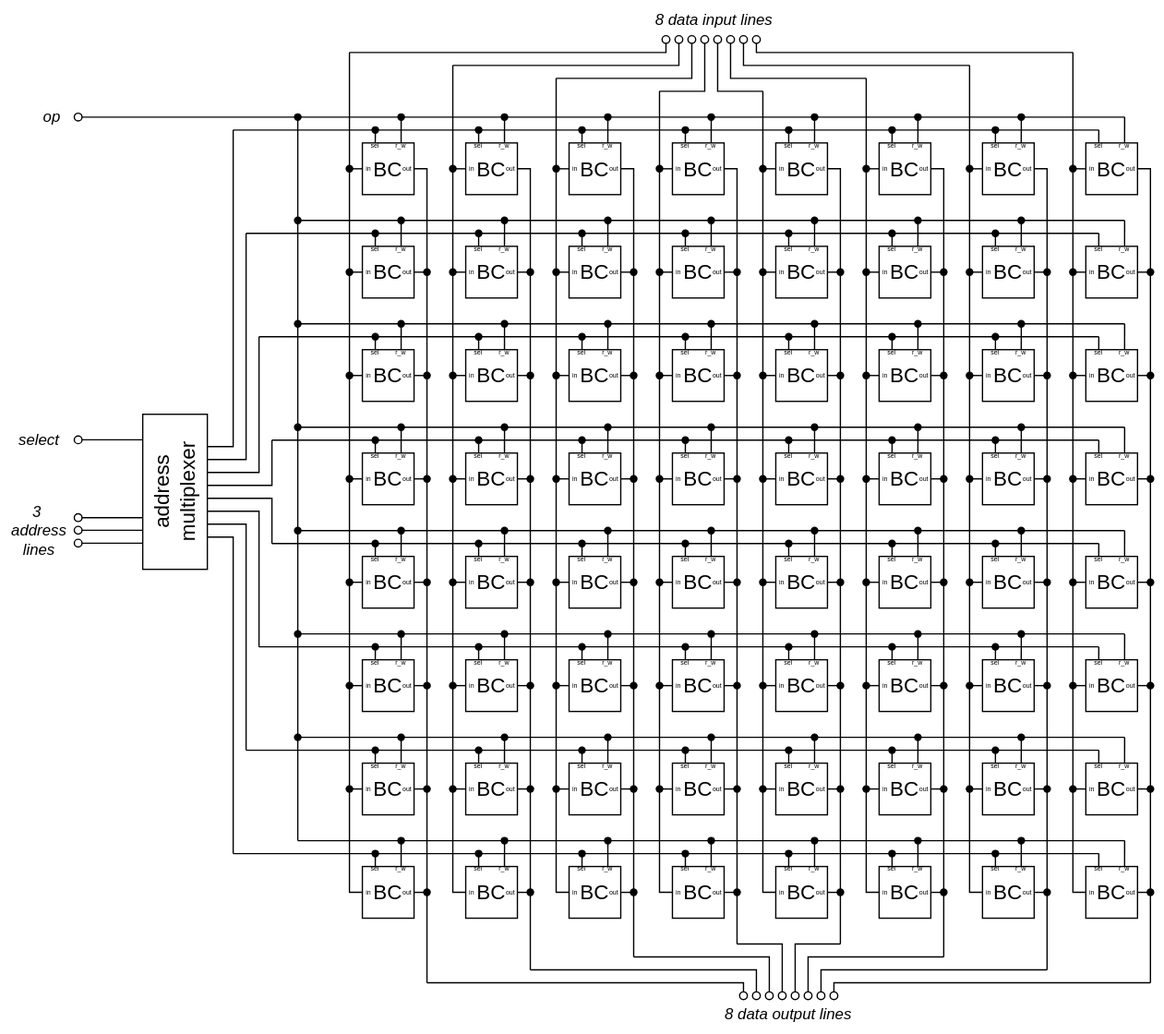
This is figures/Memory_unit.svg from Tezyy/Integrated_circuits, a draw.io export, as it was before one commit. Source tidied: cells renumbered, new cells last; positions are measured from the earlier drawing's top-left corner, leaving out a move shared by most shapes.
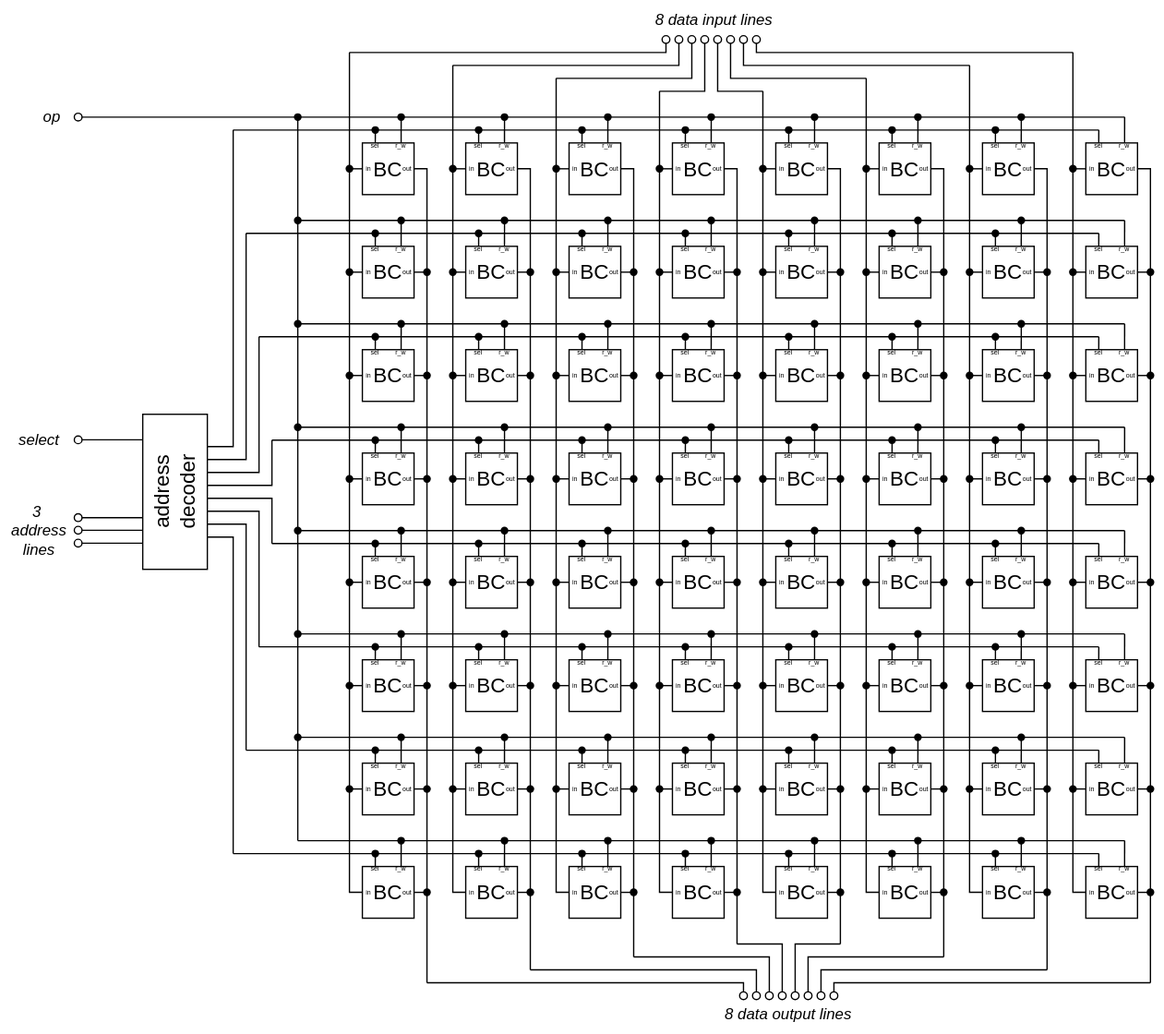
After the change.

Commit message:
added figures for address decoder and fixed memory unit

Change to the diagram source:
```diff
@@ -3743,7 +3743,7 @@
     <mxCell id="916" style="shape=waypoint;sketch=0;fillStyle=solid;size=6;fillColor=none;perimeter=centerPerimeter;" parent="1" vertex="1">
       <mxGeometry x="220" y="560" width="20" height="20" as="geometry" />
     </mxCell>
-    <mxCell id="917" value="&lt;font style=&quot;font-size: 16px;&quot;&gt;address&lt;/font&gt;&lt;div&gt;&lt;font size=&quot;3&quot;&gt;multiplexer&lt;/font&gt;&lt;/div&gt;" style="rounded=0;whiteSpace=wrap;html=1;direction=south;horizontal=0;" parent="1" vertex="1">
+    <mxCell id="917" value="&lt;font style=&quot;font-size: 16px;&quot;&gt;address&lt;/font&gt;&lt;div&gt;&lt;font size=&quot;3&quot;&gt;decoder&lt;/font&gt;&lt;/div&gt;" style="rounded=0;whiteSpace=wrap;html=1;direction=south;horizontal=0;" parent="1" vertex="1">
       <mxGeometry x="110" y="320" width="50" height="120" as="geometry" />
     </mxCell>
     <mxCell id="918" style="endArrow=none;html=1;rounded=0;endFill=0;startArrow=oval;startFill=0;" parent="1" edge="1">
```
